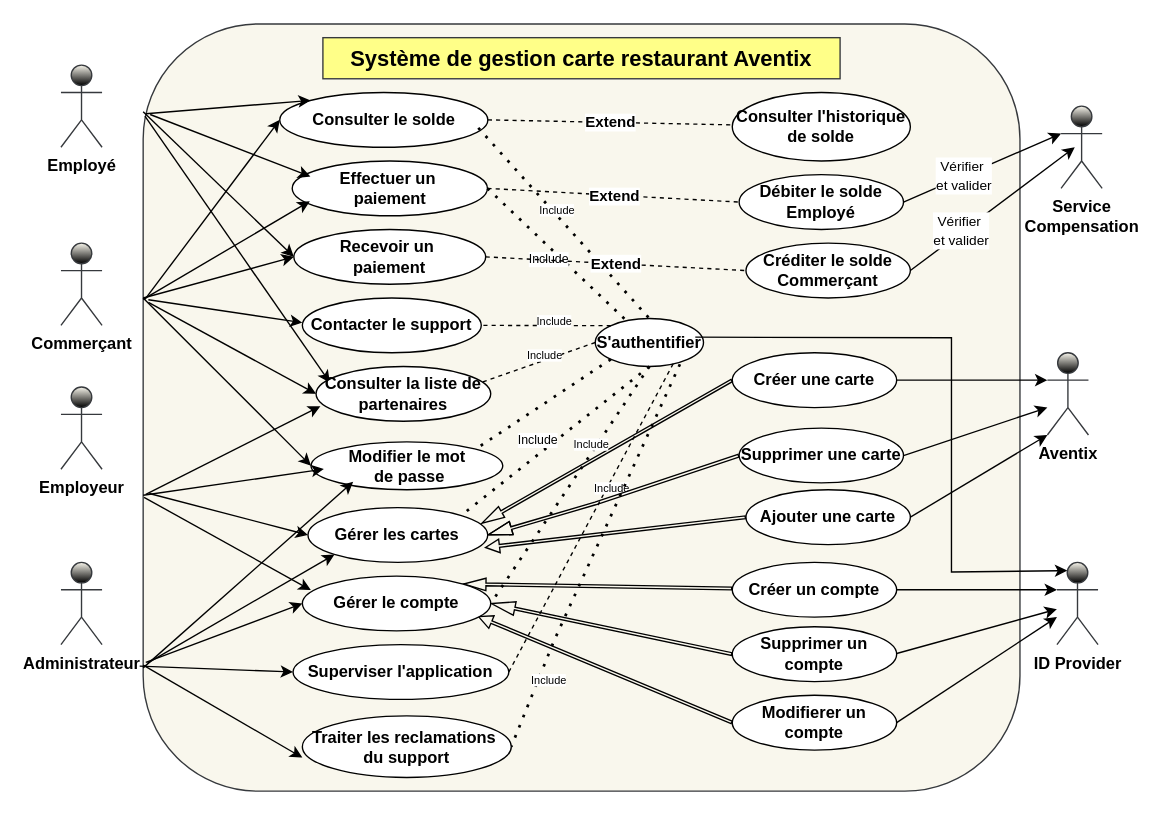
The draw.io diagram Avnetix.drawio in msisitr/aventix-design, before the edit. Source tidied: cells renumbered, new cells numbered last; positions are measured from the earlier drawing's top-left corner, leaving out a move shared by most shapes. Both pictures are drawn from the tidied source at 137%, with x=0, y=0 at pixel (60, 23).
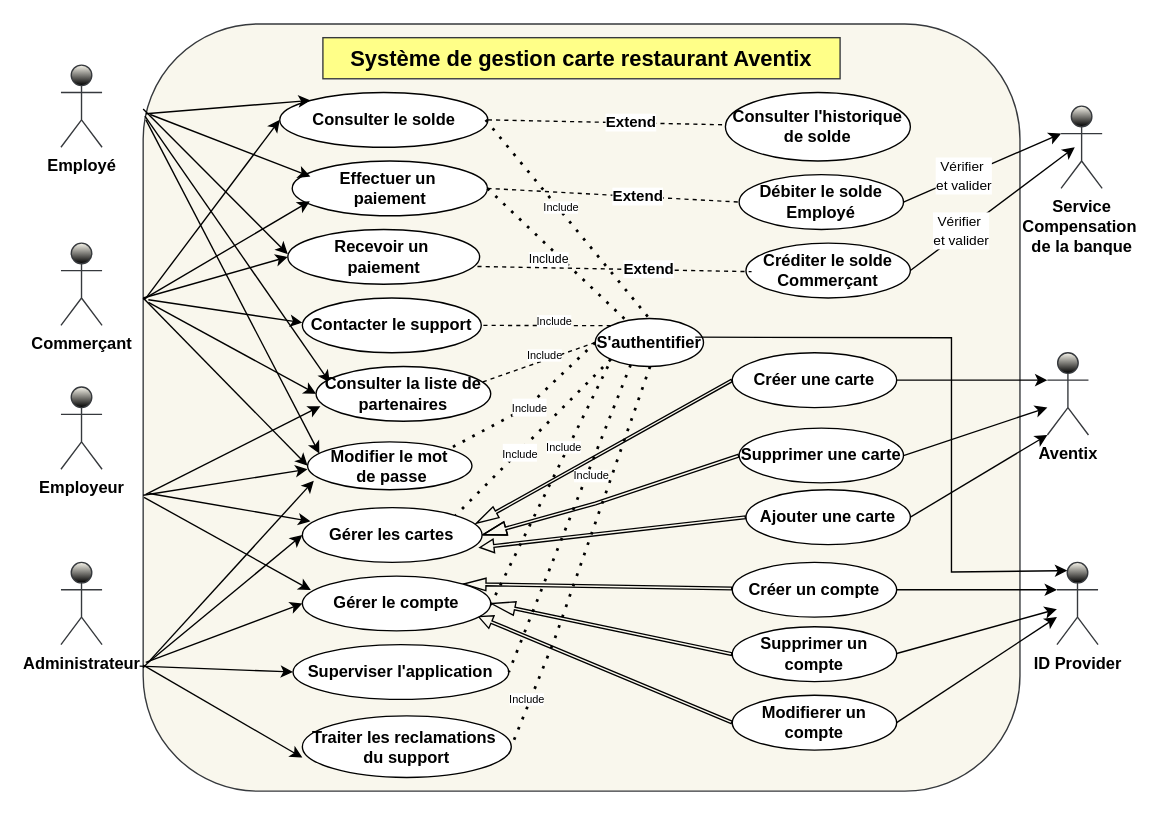
After the change.

Commit message (it also covers changes not shown here):
Mettre à jour Avnetix.drawio

The change refers to these unchanged cells:
```xml
<mxCell id="2" style="rounded=1;whiteSpace=wrap;html=1;fillColor=#f9f7ed;strokeColor=#36393d;fontStyle=1;" parent="1" vertex="1">
  <mxGeometry x="60" width="640" height="560" as="geometry" />
</mxCell>
<mxCell id="6" value="S'authentifier" style="ellipse;whiteSpace=wrap;html=1;fontStyle=1;" parent="1" vertex="1">
  <mxGeometry x="390" y="215" width="79" height="35" as="geometry" />
</mxCell>
<mxCell id="9" value="&lt;span&gt;Consulter le solde&lt;/span&gt;" style="ellipse;whiteSpace=wrap;html=1;fontStyle=1;" parent="1" vertex="1">
  <mxGeometry x="159.7" y="50" width="151.9" height="40" as="geometry" />
</mxCell>
<mxCell id="19" style="endArrow=none;dashed=1;html=1;rounded=0;exitX=1;exitY=0.5;exitDx=0;exitDy=0;fontStyle=1;" parent="1" edge="1" source="9" target="21">
  <mxGeometry relative="1" as="geometry" />
</mxCell>
<mxCell id="34" value="Créditer le solde Commerçant" style="ellipse;whiteSpace=wrap;html=1;fontStyle=1;" parent="1" vertex="1">
  <mxGeometry x="500" y="160" width="120" height="40" as="geometry" />
</mxCell>
<mxCell id="48" value="Superviser l'application " style="ellipse;whiteSpace=wrap;html=1;fontStyle=1;" parent="1" vertex="1">
  <mxGeometry x="169.4" y="453" width="157.5" height="40" as="geometry" />
</mxCell>
<mxCell id="54" value="Traiter les reclamations&amp;nbsp; du support" style="ellipse;whiteSpace=wrap;html=1;fontStyle=1;" parent="1" vertex="1">
  <mxGeometry x="176.2" y="505" width="152.5" height="45" as="geometry" />
</mxCell>
<mxCell id="68" style="endArrow=none;dashed=1;html=1;rounded=0;exitX=1;exitY=0.5;exitDx=0;exitDy=0;fontStyle=1;entryX=0;entryY=0.5;entryDx=0;entryDy=0;" parent="1" edge="1" source="5" target="35">
  <mxGeometry relative="1" as="geometry" />
</mxCell>
<mxCell id="84" value="&lt;span&gt;Gérer le compte&lt;/span&gt;" style="ellipse;whiteSpace=wrap;html=1;fontStyle=1;" parent="1" vertex="1">
  <mxGeometry x="176.2" y="403" width="137.5" height="40" as="geometry" />
</mxCell>
```

Diff of the diagram source:
```diff
@@
-    <mxCell id="12" style="endArrow=none;dashed=1;html=1;rounded=0;entryX=0.732;entryY=0.891;entryDx=0;entryDy=0;exitX=1;exitY=0.5;exitDx=0;exitDy=0;fontStyle=1;entryPerimeter=0;" parent="1" edge="1" source="48" target="6">
-      <mxGeometry relative="1" as="geometry" />
-    </mxCell>
-    <mxCell id="13" value="Include" style="edgeLabel;html=1;align=center;verticalAlign=middle;fontStyle=0;fontSize=8;" parent="12" vertex="1">
-      <mxGeometry x="0.2" y="-2" relative="1" as="geometry" />
-    </mxCell>
-    <mxCell id="14" style="endArrow=none;dashed=1;html=1;dashPattern=1 3;strokeWidth=2;rounded=0;entryX=0.5;entryY=0;entryDx=0;entryDy=0;exitX=0.954;exitY=0.645;exitDx=0;exitDy=0;fontStyle=1;fontColor=#FFFF99;labelBorderColor=light-dark(#00ffff, #ededed);exitPerimeter=0;" parent="1" edge="1" source="9" target="6">
-      <mxGeometry relative="1" as="geometry" />
+    <mxCell id="14" style="endArrow=none;dashed=1;html=1;dashPattern=1 3;strokeWidth=2;rounded=0;entryX=0.5;entryY=0;entryDx=0;entryDy=0;fontStyle=1;fontColor=#FFFF99;labelBorderColor=light-dark(#00ffff, #ededed);" parent="1" edge="1" target="6">
+      <mxGeometry relative="1" as="geometry">
+        <mxPoint x="310" y="70" as="sourcePoint" />
+      </mxGeometry>
     </mxCell>
@@
-    <mxCell id="16" style="endArrow=none;dashed=1;html=1;dashPattern=1 3;strokeWidth=2;rounded=0;exitX=0.5;exitY=1;exitDx=0;exitDy=0;entryX=1;entryY=0;entryDx=0;entryDy=0;fontStyle=1;" parent="1" edge="1" source="6" target="80">
+    <mxCell id="16" style="endArrow=none;dashed=1;html=1;dashPattern=1 3;strokeWidth=2;rounded=0;exitX=0;exitY=1;exitDx=0;exitDy=0;entryX=1;entryY=0;entryDx=0;entryDy=0;fontStyle=1;" parent="1" edge="1" source="6" target="80">
       <mxGeometry relative="1" as="geometry" />
     </mxCell>
-    <mxCell id="17" value="Include" style="edgeLabel;html=1;align=center;verticalAlign=middle;fontStyle=0;fontSize=9;" parent="16" vertex="1">
-      <mxGeometry x="-0.01" y="6" relative="1" as="geometry">
-        <mxPoint x="-18" y="-5" as="offset" />
-      </mxGeometry>
-    </mxCell>
+    <mxCell id="89" value="&lt;font style=&quot;font-size: 8px;&quot;&gt;Include&lt;/font&gt;" style="edgeLabel;html=1;align=center;verticalAlign=middle;" parent="16" vertex="1">
+      <mxGeometry x="0.18" relative="1" as="geometry" />
+    </mxCell>
-    <mxCell id="18" value="&lt;div&gt;Service&lt;/div&gt;&lt;div&gt;Compensation&lt;/div&gt;" style="shape=umlActor;verticalLabelPosition=bottom;verticalAlign=top;html=1;outlineConnect=0;fillColor=#F9F7ED;strokeColor=#36393d;fontStyle=1;strokeWidth=1;gradientColor=default;" parent="1" vertex="1">
+    <mxCell id="18" value="&lt;div&gt;Service&lt;/div&gt;&lt;div&gt;Compensation&amp;nbsp;&lt;/div&gt;&lt;div&gt;de la banque&lt;/div&gt;" style="shape=umlActor;verticalLabelPosition=bottom;verticalAlign=top;html=1;outlineConnect=0;fillColor=#F9F7ED;strokeColor=#36393d;fontStyle=1;strokeWidth=1;gradientColor=default;" parent="1" vertex="1">
       <mxGeometry x="730" y="60" width="30" height="60" as="geometry" />
     </mxCell>
@@
     <mxCell id="20" value="Extend" style="edgeLabel;html=1;align=center;verticalAlign=middle;fontStyle=1;" parent="19" vertex="1">
-      <mxGeometry relative="1" as="geometry" />
+      <mxGeometry relative="1" as="geometry">
+        <mxPoint x="17" as="offset" />
+      </mxGeometry>
     </mxCell>
     <mxCell id="21" value="Consulter l'historique de solde" style="ellipse;whiteSpace=wrap;html=1;fontStyle=1;" parent="1" vertex="1">
-      <mxGeometry x="490" y="50" width="130" height="50" as="geometry" />
+      <mxGeometry x="485" y="50" width="135" height="50" as="geometry" />
     </mxCell>
@@
-    <mxCell id="37" style="endArrow=classic;html=1;rounded=0;entryX=0;entryY=1;entryDx=0;entryDy=0;exitX=0.005;exitY=0.833;exitDx=0;exitDy=0;exitPerimeter=0;fontStyle=1;" parent="1" edge="1" source="2" target="80">
+    <mxCell id="37" style="endArrow=classic;html=1;rounded=0;entryX=0;entryY=0.5;entryDx=0;entryDy=0;exitX=0.005;exitY=0.833;exitDx=0;exitDy=0;exitPerimeter=0;fontStyle=1;" parent="1" edge="1" source="2" target="80">
       <mxGeometry relative="1" as="geometry" />
     </mxCell>
@@
     <mxCell id="39" value="&lt;div&gt;Modifier le mot&lt;/div&gt;&lt;div&gt;&amp;nbsp;de passe&lt;/div&gt;" style="ellipse;whiteSpace=wrap;html=1;fontStyle=1;" parent="1" vertex="1">
-      <mxGeometry x="182.5" y="305" width="140" height="35" as="geometry" />
+      <mxGeometry x="180" y="305" width="120" height="35" as="geometry" />
     </mxCell>
@@
-    <mxCell id="44" style="endArrow=none;dashed=1;html=1;dashPattern=1 3;strokeWidth=2;rounded=0;exitX=0;exitY=1;exitDx=0;exitDy=0;entryX=1;entryY=0;entryDx=0;entryDy=0;fontStyle=1;" parent="1" edge="1" source="6" target="39">
-      <mxGeometry relative="1" as="geometry" />
+    <mxCell id="44" style="endArrow=none;dashed=1;html=1;dashPattern=1 3;strokeWidth=2;rounded=0;exitX=0;exitY=0.5;exitDx=0;exitDy=0;entryX=1;entryY=0;entryDx=0;entryDy=0;fontStyle=1;" parent="1" edge="1" source="6" target="39">
+      <mxGeometry relative="1" as="geometry">
+        <Array as="points">
+          <mxPoint x="340" y="280" />
+        </Array>
+      </mxGeometry>
     </mxCell>
+    <mxCell id="90" value="&lt;font style=&quot;font-size: 8px;&quot;&gt;Include&lt;/font&gt;" style="edgeLabel;html=1;align=center;verticalAlign=middle;" parent="44" vertex="1">
+      <mxGeometry relative="1" as="geometry">
+        <mxPoint y="1" as="offset" />
+      </mxGeometry>
+    </mxCell>
-    <mxCell id="45" style="endArrow=classic;html=1;rounded=0;fontStyle=1;entryX=0;entryY=0.5;entryDx=0;entryDy=0;exitX=0.007;exitY=0.612;exitDx=0;exitDy=0;exitPerimeter=0;" parent="1" edge="1" source="2" target="80">
+    <mxCell id="45" style="endArrow=classic;html=1;rounded=0;fontStyle=1;entryX=0.045;entryY=0.25;entryDx=0;entryDy=0;exitX=0.007;exitY=0.612;exitDx=0;exitDy=0;exitPerimeter=0;entryPerimeter=0;" parent="1" edge="1" source="2" target="80">
       <mxGeometry relative="1" as="geometry" />
     </mxCell>
@@
-    <mxCell id="51" style="endArrow=none;dashed=1;html=1;dashPattern=1 3;strokeWidth=2;rounded=0;entryX=1;entryY=0.5;entryDx=0;entryDy=0;fontStyle=1;exitX=0.782;exitY=0.954;exitDx=0;exitDy=0;exitPerimeter=0;" parent="1" edge="1" source="6" target="54">
+    <mxCell id="51" style="endArrow=none;dashed=1;html=1;dashPattern=1 3;strokeWidth=2;rounded=0;entryX=1;entryY=0.5;entryDx=0;entryDy=0;fontStyle=1;" parent="1" edge="1" target="54">
       <mxGeometry relative="1" as="geometry">
+        <mxPoint x="430" y="250" as="sourcePoint" />
         <Array as="points">
           <mxPoint x="360" y="450" />
         </Array>
       </mxGeometry>
     </mxCell>
     <mxCell id="52" value="Include" style="edgeLabel;html=1;align=center;verticalAlign=middle;fontSize=8;" parent="51" vertex="1">
       <mxGeometry x="-0.03" y="2" relative="1" as="geometry">
-        <mxPoint x="-37" y="95" as="offset" />
+        <mxPoint x="-45" y="107" as="offset" />
       </mxGeometry>
     </mxCell>
@@
     <mxCell id="69" value="Extend" style="edgeLabel;html=1;align=center;verticalAlign=middle;fontStyle=1;" parent="68" vertex="1">
-      <mxGeometry relative="1" as="geometry" />
+      <mxGeometry relative="1" as="geometry">
+        <mxPoint x="17" as="offset" />
+      </mxGeometry>
     </mxCell>
-    <mxCell id="70" style="endArrow=none;dashed=1;html=1;rounded=0;exitX=1;exitY=0.5;exitDx=0;exitDy=0;fontStyle=1;entryX=0;entryY=0.5;entryDx=0;entryDy=0;" parent="1" edge="1" source="86" target="34">
-      <mxGeometry relative="1" as="geometry" />
+    <mxCell id="70" style="endArrow=none;dashed=1;html=1;rounded=0;exitX=1;exitY=0.5;exitDx=0;exitDy=0;fontStyle=1;" parent="1" edge="1">
+      <mxGeometry relative="1" as="geometry">
+        <mxPoint x="304" y="177" as="sourcePoint" />
+        <mxPoint x="504.1" y="180.8" as="targetPoint" />
+      </mxGeometry>
     </mxCell>
     <mxCell id="71" value="Extend" style="edgeLabel;html=1;align=center;verticalAlign=middle;fontStyle=1;" parent="70" vertex="1">
-      <mxGeometry relative="1" as="geometry" />
+      <mxGeometry relative="1" as="geometry">
+        <mxPoint x="25" as="offset" />
+      </mxGeometry>
     </mxCell>
-    <mxCell id="72" style="edgeStyle=orthogonalEdgeStyle;rounded=0;orthogonalLoop=1;jettySize=auto;html=1;exitX=0.5;exitY=1;exitDx=0;exitDy=0;" parent="1" edge="1" source="39" target="39">
-      <mxGeometry relative="1" as="geometry" />
-    </mxCell>
@@
-    <mxCell id="74" style="endArrow=classic;html=1;rounded=0;entryX=0.067;entryY=0.74;entryDx=0;entryDy=0;fontStyle=1;entryPerimeter=0;exitX=0;exitY=0.625;exitDx=0;exitDy=0;exitPerimeter=0;" parent="1" edge="1">
+    <mxCell id="74" style="endArrow=classic;html=1;rounded=0;fontStyle=1;exitX=0;exitY=0.625;exitDx=0;exitDy=0;exitPerimeter=0;" parent="1" edge="1">
       <mxGeometry relative="1" as="geometry">
         <mxPoint x="60" y="344" as="sourcePoint" />
-        <mxPoint x="191.9" y="324.9" as="targetPoint" />
+        <mxPoint x="180" y="325" as="targetPoint" />
       </mxGeometry>
     </mxCell>
-    <mxCell id="75" style="endArrow=classic;html=1;rounded=0;fontStyle=1;entryX=0.22;entryY=0.833;entryDx=0;entryDy=0;entryPerimeter=0;" parent="1" edge="1" target="39">
+    <mxCell id="75" style="endArrow=classic;html=1;rounded=0;fontStyle=1;entryX=0.038;entryY=0.811;entryDx=0;entryDy=0;entryPerimeter=0;" parent="1" edge="1" target="39">
       <mxGeometry relative="1" as="geometry">
         <mxPoint x="60" y="470" as="sourcePoint" />
       </mxGeometry>
     </mxCell>
@@
     <mxCell id="80" value="&lt;span&gt;Gérer les cartes&lt;/span&gt;" style="ellipse;whiteSpace=wrap;html=1;fontStyle=1;" parent="1" vertex="1">
-      <mxGeometry x="180.3" y="353" width="131.2" height="40" as="geometry" />
+      <mxGeometry x="176.2" y="353" width="131.2" height="40" as="geometry" />
     </mxCell>
@@
-    <mxCell id="82" style="endArrow=none;dashed=1;html=1;dashPattern=1 3;strokeWidth=2;rounded=0;entryX=1;entryY=0.5;entryDx=0;entryDy=0;fontStyle=1;exitX=0.5;exitY=1;exitDx=0;exitDy=0;" parent="1" edge="1" source="6" target="84">
-      <mxGeometry relative="1" as="geometry" />
+    <mxCell id="82" style="endArrow=none;dashed=1;html=1;dashPattern=1 3;strokeWidth=2;rounded=0;entryX=1;entryY=0.5;entryDx=0;entryDy=0;fontStyle=1;exitX=0;exitY=1;exitDx=0;exitDy=0;" parent="1" edge="1">
+      <mxGeometry relative="1" as="geometry">
+        <mxPoint x="399.2" y="250" as="sourcePoint" />
+        <mxPoint x="311.6" y="428.2" as="targetPoint" />
+      </mxGeometry>
     </mxCell>
     <mxCell id="83" value="Include" style="edgeLabel;html=1;align=center;verticalAlign=middle;fontStyle=0;fontSize=8;" parent="82" vertex="1">
       <mxGeometry x="-0.01" y="6" relative="1" as="geometry">
-        <mxPoint x="9" y="-32" as="offset" />
+        <mxPoint x="5" y="-32" as="offset" />
       </mxGeometry>
     </mxCell>
@@
-    <mxCell id="85" style="endArrow=classic;html=1;rounded=0;entryX=0;entryY=0.5;entryDx=0;entryDy=0;fontStyle=1;" parent="1" edge="1" target="86">
+    <mxCell id="85" style="endArrow=classic;html=1;rounded=0;entryX=0;entryY=0.5;entryDx=0;entryDy=0;fontStyle=1;" parent="1" edge="1">
       <mxGeometry relative="1" as="geometry">
-        <mxPoint x="60" y="64" as="sourcePoint" />
+        <mxPoint x="60" y="62" as="sourcePoint" />
+        <mxPoint x="165.6" y="168" as="targetPoint" />
       </mxGeometry>
     </mxCell>
     <mxCell id="86" value="&lt;div&gt;&lt;span&gt;Recevoir un&amp;nbsp;&lt;/span&gt;&lt;/div&gt;&lt;div&gt;&lt;span&gt;paiement &lt;/span&gt;&lt;/div&gt;" style="ellipse;whiteSpace=wrap;html=1;fontStyle=1;" parent="1" vertex="1">
-      <mxGeometry x="170" y="150" width="140" height="40" as="geometry" />
+      <mxGeometry x="165.6" y="150" width="140" height="40" as="geometry" />
     </mxCell>
@@
+    <mxCell id="91" style="endArrow=none;dashed=1;html=1;dashPattern=1 3;strokeWidth=2;rounded=0;entryX=1;entryY=0.5;entryDx=0;entryDy=0;fontStyle=1;exitX=0.327;exitY=0.966;exitDx=0;exitDy=0;exitPerimeter=0;" parent="1" edge="1" source="6" target="48">
+      <mxGeometry relative="1" as="geometry" />
+    </mxCell>
+    <mxCell id="13" value="Include" style="edgeLabel;html=1;align=center;verticalAlign=middle;fontStyle=0;fontSize=8;" parent="91" vertex="1">
+      <mxGeometry x="-0.01" y="6" relative="1" as="geometry">
+        <mxPoint x="9" y="-32" as="offset" />
+      </mxGeometry>
+    </mxCell>
+    <mxCell id="92" style="endArrow=classic;html=1;rounded=0;entryX=0.055;entryY=0.246;entryDx=0;entryDy=0;fontStyle=1;entryPerimeter=0;" parent="1" edge="1">
+      <mxGeometry relative="1" as="geometry">
+        <mxPoint x="62" y="70" as="sourcePoint" />
+        <mxPoint x="188.6" y="313.6" as="targetPoint" />
+      </mxGeometry>
+    </mxCell>
```
